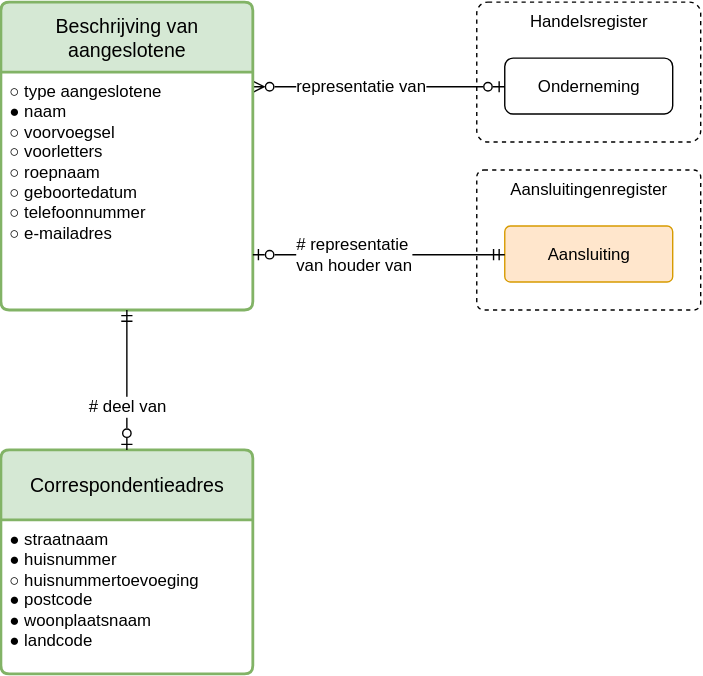
This is modellen/registers/aangeslotenenregister/1.0.0/model.drawio.svg from sefanja/nbnl-conceptuele-informatiemodellen, a draw.io export, as it was before one commit. Source tidied: cells renumbered, new cells last; positions are measured from the earlier drawing's top-left corner, leaving out a move shared by most shapes.
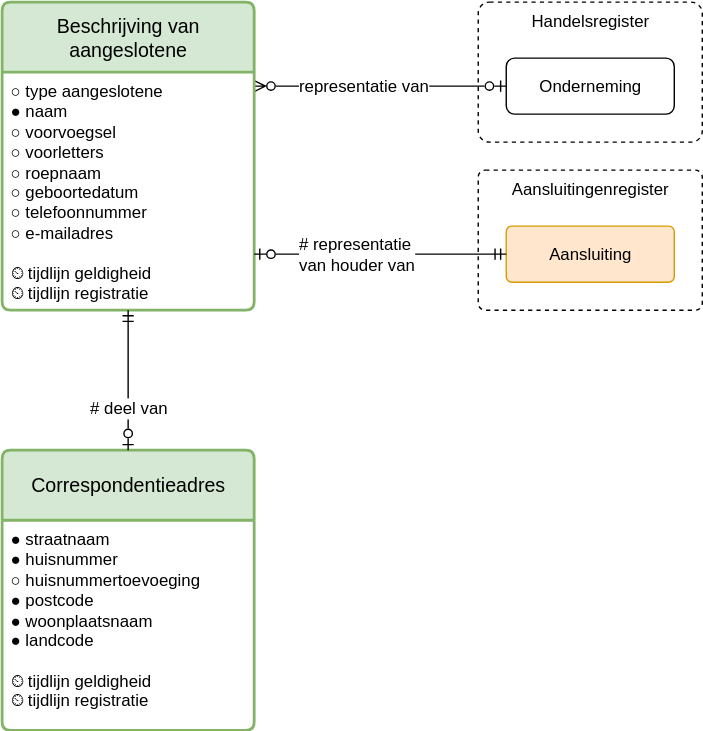
Later version of the same file.

Change to the diagram source:
```diff
@@ -17,14 +17,14 @@
     <mxCell id="6" value="&lt;div&gt;&lt;span style=&quot;background-color: transparent; color: light-dark(rgb(0, 0, 0), rgb(255, 255, 255));&quot;&gt;Beschrijving van aangeslotene&lt;/span&gt;&lt;/div&gt;" style="swimlane;horizontal=1;startSize=50;rounded=1;fontSize=14;fontStyle=0;strokeWidth=2;shadow=0;dashed=0;align=center;arcSize=4;whiteSpace=wrap;html=1;fillColor=#d5e8d4;strokeColor=#82b366;" parent="1" vertex="1">
       <mxGeometry width="180" height="220" as="geometry" />
     </mxCell>
-    <mxCell id="7" value="&lt;div&gt;○ type aangeslotene&lt;/div&gt;&lt;div&gt;● naam&lt;/div&gt;&lt;div&gt;&lt;div&gt;&lt;span style=&quot;background-color: transparent; color: light-dark(rgb(0, 0, 0), rgb(255, 255, 255));&quot;&gt;○ voorvoegsel&lt;/span&gt;&lt;/div&gt;&lt;/div&gt;&lt;div&gt;○ voorletters&lt;/div&gt;&lt;div&gt;○ roepnaam&lt;/div&gt;&lt;div&gt;○ geboortedatum&lt;/div&gt;&lt;div&gt;&lt;span style=&quot;background-color: transparent; color: light-dark(rgb(0, 0, 0), rgb(255, 255, 255));&quot;&gt;○ telefoonnummer&lt;/span&gt;&lt;/div&gt;&lt;div&gt;&lt;div&gt;○ e-mailadres&lt;/div&gt;&lt;/div&gt;" style="align=left;strokeColor=none;fillColor=none;spacingLeft=4;spacingRight=4;fontSize=12;verticalAlign=top;html=1;whiteSpace=wrap;" parent="6" vertex="1">
+    <mxCell id="7" value="&lt;div&gt;○ type aangeslotene&lt;/div&gt;&lt;div&gt;● naam&lt;/div&gt;&lt;div&gt;&lt;div&gt;&lt;span style=&quot;background-color: transparent; color: light-dark(rgb(0, 0, 0), rgb(255, 255, 255));&quot;&gt;○ voorvoegsel&lt;/span&gt;&lt;/div&gt;&lt;/div&gt;&lt;div&gt;○ voorletters&lt;/div&gt;&lt;div&gt;○ roepnaam&lt;/div&gt;&lt;div&gt;○ geboortedatum&lt;/div&gt;&lt;div&gt;&lt;span style=&quot;background-color: transparent; color: light-dark(rgb(0, 0, 0), rgb(255, 255, 255));&quot;&gt;○ telefoonnummer&lt;/span&gt;&lt;/div&gt;&lt;div&gt;&lt;div&gt;○ e-mailadres&lt;/div&gt;&lt;/div&gt;&lt;div&gt;&lt;br&gt;&lt;/div&gt;&lt;div&gt;⏲ tijdlijn geldigheid&lt;/div&gt;&lt;div&gt;⏲ tijdlijn registratie&lt;/div&gt;" style="align=left;strokeColor=none;fillColor=none;spacingLeft=4;spacingRight=4;fontSize=12;verticalAlign=top;html=1;whiteSpace=wrap;" parent="6" vertex="1">
       <mxGeometry y="50" width="180" height="170" as="geometry" />
     </mxCell>
     <mxCell id="8" value="&lt;div&gt;Correspondentieadres&lt;/div&gt;" style="swimlane;horizontal=1;startSize=50;rounded=1;fontSize=14;fontStyle=0;strokeWidth=2;shadow=0;dashed=0;align=center;arcSize=4;whiteSpace=wrap;html=1;fillColor=#d5e8d4;strokeColor=#82b366;" parent="1" vertex="1">
-      <mxGeometry y="320" width="180" height="160" as="geometry" />
+      <mxGeometry y="320" width="180" height="200" as="geometry" />
     </mxCell>
-    <mxCell id="9" value="&lt;div&gt;&lt;span style=&quot;background-color: transparent; color: light-dark(rgb(0, 0, 0), rgb(255, 255, 255));&quot;&gt;●&lt;/span&gt;&amp;nbsp;straatnaam&lt;/div&gt;&lt;div&gt;&lt;span style=&quot;background-color: transparent; color: light-dark(rgb(0, 0, 0), rgb(255, 255, 255));&quot;&gt;●&lt;/span&gt;&amp;nbsp;huisnummer&lt;/div&gt;&lt;div&gt;○ huisnummertoevoeging&lt;/div&gt;&lt;div&gt;&lt;span style=&quot;background-color: transparent; color: light-dark(rgb(0, 0, 0), rgb(255, 255, 255));&quot;&gt;●&lt;/span&gt;&amp;nbsp;postcode&lt;/div&gt;&lt;div&gt;&lt;span style=&quot;background-color: transparent; color: light-dark(rgb(0, 0, 0), rgb(255, 255, 255));&quot;&gt;●&lt;/span&gt;&amp;nbsp;woonplaatsnaam&lt;/div&gt;&lt;div&gt;&lt;span style=&quot;background-color: transparent; color: light-dark(rgb(0, 0, 0), rgb(255, 255, 255));&quot;&gt;●&lt;/span&gt;&amp;nbsp;landcode&lt;/div&gt;" style="align=left;strokeColor=none;fillColor=none;spacingLeft=4;spacingRight=4;fontSize=12;verticalAlign=top;html=1;whiteSpace=wrap;" parent="8" vertex="1">
-      <mxGeometry y="50" width="180" height="110" as="geometry" />
+    <mxCell id="9" value="&lt;div&gt;&lt;span style=&quot;background-color: transparent; color: light-dark(rgb(0, 0, 0), rgb(255, 255, 255));&quot;&gt;●&lt;/span&gt;&amp;nbsp;straatnaam&lt;/div&gt;&lt;div&gt;&lt;span style=&quot;background-color: transparent; color: light-dark(rgb(0, 0, 0), rgb(255, 255, 255));&quot;&gt;●&lt;/span&gt;&amp;nbsp;huisnummer&lt;/div&gt;&lt;div&gt;○ huisnummertoevoeging&lt;/div&gt;&lt;div&gt;&lt;span style=&quot;background-color: transparent; color: light-dark(rgb(0, 0, 0), rgb(255, 255, 255));&quot;&gt;●&lt;/span&gt;&amp;nbsp;postcode&lt;/div&gt;&lt;div&gt;&lt;span style=&quot;background-color: transparent; color: light-dark(rgb(0, 0, 0), rgb(255, 255, 255));&quot;&gt;●&lt;/span&gt;&amp;nbsp;woonplaatsnaam&lt;/div&gt;&lt;div&gt;&lt;span style=&quot;background-color: transparent; color: light-dark(rgb(0, 0, 0), rgb(255, 255, 255));&quot;&gt;●&lt;/span&gt;&amp;nbsp;landcode&lt;/div&gt;&lt;div&gt;&lt;br&gt;&lt;/div&gt;&lt;div&gt;⏲ tijdlijn geldigheid&lt;/div&gt;&lt;div&gt;⏲ tijdlijn registratie&lt;/div&gt;" style="align=left;strokeColor=none;fillColor=none;spacingLeft=4;spacingRight=4;fontSize=12;verticalAlign=top;html=1;whiteSpace=wrap;" parent="8" vertex="1">
+      <mxGeometry y="50" width="180" height="150" as="geometry" />
     </mxCell>
     <mxCell id="10" value="# deel van" style="edgeStyle=elbowEdgeStyle;fontSize=12;html=1;endArrow=ERmandOne;startArrow=ERzeroToOne;rounded=0;endFill=0;startFill=0;elbow=vertical;align=center;" parent="1" edge="1" source="8" target="6">
       <mxGeometry x="-0.4" relative="1" as="geometry" />
```
